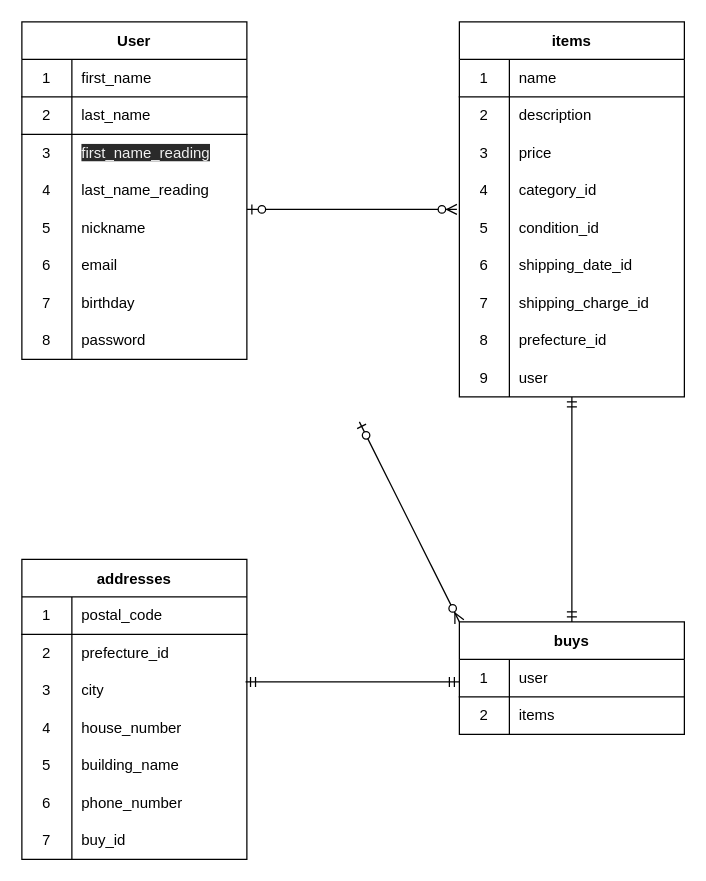
Earlier version of the draw.io diagram furima.dio (isymkz44/furima-38736). Source tidied: cells renumbered, new cells numbered last; positions are measured from the earlier drawing's top-left corner, leaving out a move shared by most shapes. Both pictures are drawn from the tidied source at 125%, with x=0, y=0 at pixel (21, 21).
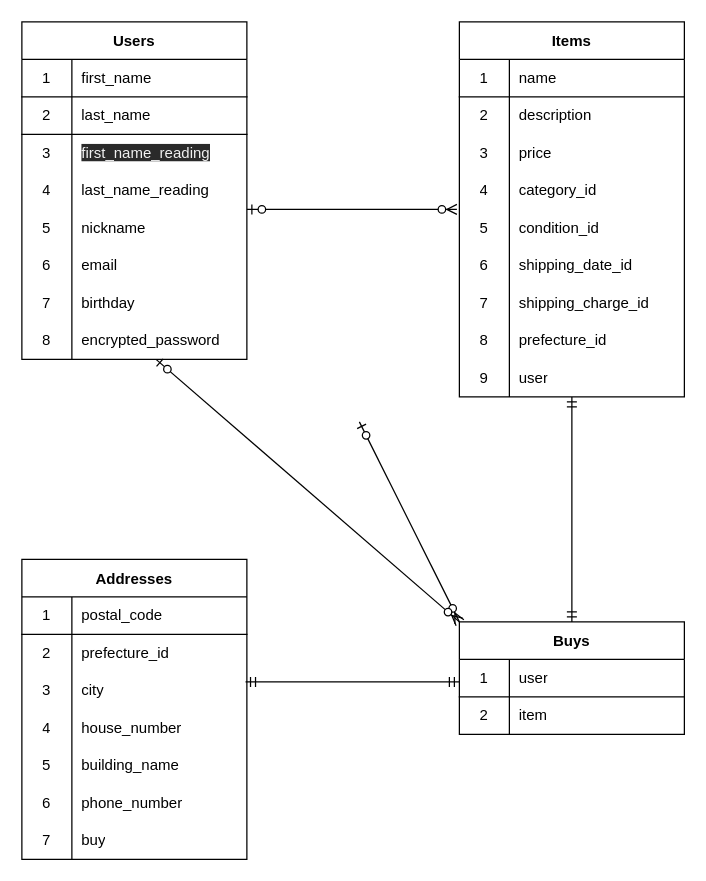
The same page after the edit.

Unchanged cells that the change refers to:
```xml
<mxCell id="24" style="shape=partialRectangle;html=1;whiteSpace=wrap;fillColor=none;top=0;left=0;bottom=0;right=0;points=[[0,0.5],[1,0.5]];portConstraint=eastwest;" parent="2" vertex="1">
  <mxGeometry y="240" width="180" height="30" as="geometry" />
</mxCell>
<mxCell id="59" style="shape=partialRectangle;html=1;whiteSpace=wrap;fillColor=none;top=0;left=0;bottom=0;right=0;labelBackgroundColor=none;" parent="55" vertex="1">
  <mxGeometry y="60" width="180" height="30" as="geometry" />
</mxCell>
<mxCell id="81" style="shape=partialRectangle;html=1;whiteSpace=wrap;fillColor=none;top=0;left=0;bottom=0;right=0;labelBackgroundColor=none;" parent="62" vertex="1">
  <mxGeometry y="210" width="180" height="30" as="geometry" />
</mxCell>
```

Diff of the diagram source:
```diff
@@
-    <mxCell id="2" value="User" style="shape=table;startSize=30;childLayout=tableLayout;rowLines=0;fontStyle=1;align=center;labelBackgroundColor=none;" parent="1" vertex="1">
+    <mxCell id="2" value="Users" style="shape=table;startSize=30;childLayout=tableLayout;rowLines=0;fontStyle=1;align=center;labelBackgroundColor=none;" parent="1" vertex="1">
       <mxGeometry width="180" height="270" as="geometry" />
     </mxCell>
@@
-    <mxCell id="26" value="password" style="shape=partialRectangle;html=1;whiteSpace=wrap;fillColor=none;top=0;left=0;bottom=0;right=0;align=left;spacingLeft=6;overflow=hidden;" parent="24" vertex="1">
+    <mxCell id="26" value="encrypted_password" style="shape=partialRectangle;html=1;whiteSpace=wrap;fillColor=none;top=0;left=0;bottom=0;right=0;align=left;spacingLeft=6;overflow=hidden;" parent="24" vertex="1">
       <mxGeometry x="40" width="140" height="30" as="geometry" />
     </mxCell>
-    <mxCell id="27" value="items" style="shape=table;startSize=30;childLayout=tableLayout;rowLines=0;fontStyle=1;align=center;labelBackgroundColor=none;" parent="1" vertex="1">
+    <mxCell id="27" value="Items" style="shape=table;startSize=30;childLayout=tableLayout;rowLines=0;fontStyle=1;align=center;labelBackgroundColor=none;" parent="1" vertex="1">
       <mxGeometry x="350" width="180" height="300" as="geometry" />
     </mxCell>
@@
-    <mxCell id="55" value="buys" style="shape=table;startSize=30;childLayout=tableLayout;rowLines=0;fontStyle=1;align=center;labelBackgroundColor=none;" parent="1" vertex="1">
+    <mxCell id="55" value="Buys" style="shape=table;startSize=30;childLayout=tableLayout;rowLines=0;fontStyle=1;align=center;labelBackgroundColor=none;" parent="1" vertex="1">
       <mxGeometry x="350" y="480" width="180" height="90" as="geometry" />
     </mxCell>
@@
-    <mxCell id="61" value="items" style="shape=partialRectangle;html=1;whiteSpace=wrap;fillColor=none;top=0;left=0;bottom=0;right=0;align=left;spacingLeft=6;overflow=hidden;labelBackgroundColor=none;" parent="59" vertex="1">
+    <mxCell id="61" value="item" style="shape=partialRectangle;html=1;whiteSpace=wrap;fillColor=none;top=0;left=0;bottom=0;right=0;align=left;spacingLeft=6;overflow=hidden;labelBackgroundColor=none;" parent="59" vertex="1">
       <mxGeometry x="40" width="140" height="30" as="geometry" />
     </mxCell>
-    <mxCell id="62" value="addresses" style="shape=table;startSize=30;childLayout=tableLayout;rowLines=0;fontStyle=1;align=center;labelBackgroundColor=none;" parent="1" vertex="1">
+    <mxCell id="62" value="Addresses" style="shape=table;startSize=30;childLayout=tableLayout;rowLines=0;fontStyle=1;align=center;labelBackgroundColor=none;" parent="1" vertex="1">
       <mxGeometry y="430" width="180" height="240" as="geometry" />
     </mxCell>
@@
-    <mxCell id="83" value="buy_id" style="shape=partialRectangle;html=1;whiteSpace=wrap;fillColor=none;top=0;left=0;bottom=0;right=0;align=left;spacingLeft=6;overflow=hidden;labelBackgroundColor=none;" parent="81" vertex="1">
+    <mxCell id="83" value="buy" style="shape=partialRectangle;html=1;whiteSpace=wrap;fillColor=none;top=0;left=0;bottom=0;right=0;align=left;spacingLeft=6;overflow=hidden;labelBackgroundColor=none;" parent="81" vertex="1">
       <mxGeometry x="40" width="140" height="30" as="geometry" />
     </mxCell>
@@
+    <mxCell id="88" style="fontSize=12;html=1;endArrow=ERzeroToMany;startArrow=ERzeroToOne;entryX=0;entryY=0;entryDx=0;entryDy=0;" parent="1" edge="1" source="24" target="55">
+      <mxGeometry relative="1" as="geometry" />
+    </mxCell>
```
